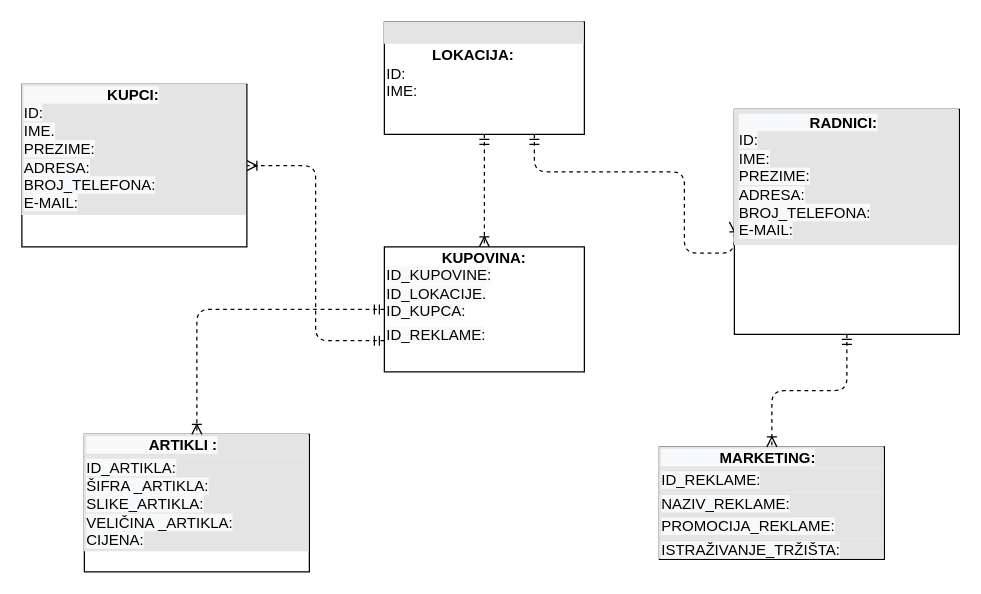
Above: Untitled Diagram.drawio in PolePolucci/PolePolucci (draw.io), before the change. Source tidied: cells renumbered, new cells numbered last; positions are measured from the earlier drawing's top-left corner, leaving out a move shared by most shapes. Both pictures are drawn from the tidied source at 125%, with x=0, y=0 at pixel (21, 21).
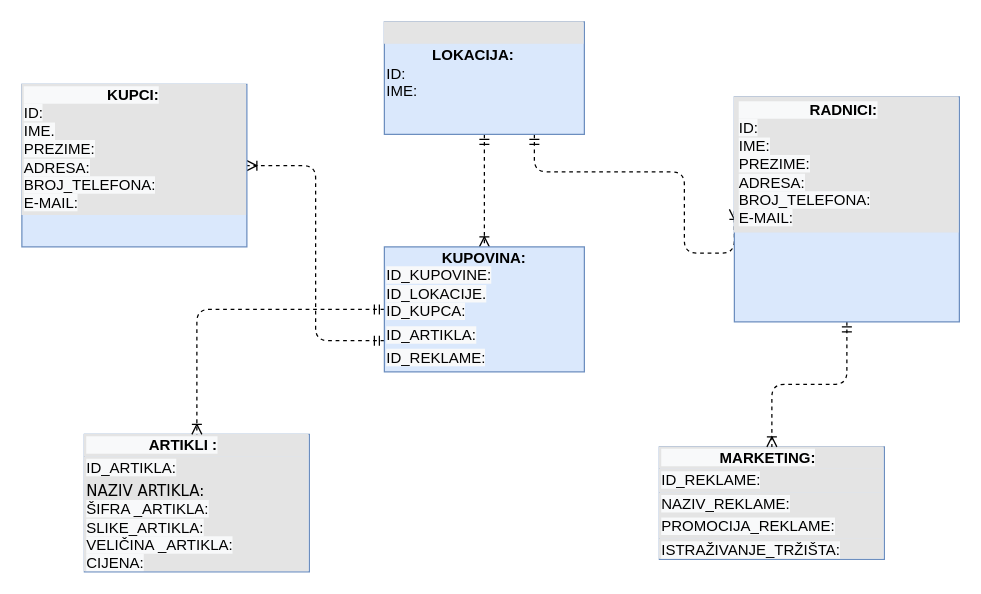
After the change.

The edit, as a diff of the source:
```diff
@@
-    <mxCell id="4" value="&lt;div style=&quot;box-sizing: border-box ; width: 100% ; background: #e4e4e4 ; padding: 2px&quot;&gt;&lt;br&gt;&lt;/div&gt;&lt;table style=&quot;width: 100% ; font-size: 1em&quot; cellpadding=&quot;2&quot; cellspacing=&quot;0&quot;&gt;&lt;tbody&gt;&lt;tr&gt;&lt;td&gt;&lt;b style=&quot;font-family: &amp;#34;helvetica&amp;#34; ; text-align: center&quot;&gt;&amp;nbsp; &amp;nbsp; &amp;nbsp; &amp;nbsp; &amp;nbsp; &amp;nbsp;LOKACIJA:&lt;/b&gt;&lt;br style=&quot;font-family: &amp;#34;helvetica&amp;#34; ; text-align: center&quot;&gt;&lt;span style=&quot;font-family: &amp;#34;helvetica&amp;#34; ; text-align: center&quot;&gt;ID:&lt;/span&gt;&lt;br style=&quot;font-family: &amp;#34;helvetica&amp;#34; ; text-align: center&quot;&gt;&lt;span style=&quot;font-family: &amp;#34;helvetica&amp;#34; ; text-align: center&quot;&gt;IME:&lt;/span&gt;&lt;br&gt;&lt;/td&gt;&lt;td&gt;&lt;br&gt;&lt;/td&gt;&lt;/tr&gt;&lt;tr&gt;&lt;td&gt;&lt;/td&gt;&lt;td&gt;&lt;br&gt;&lt;/td&gt;&lt;/tr&gt;&lt;tr&gt;&lt;td&gt;&lt;/td&gt;&lt;td&gt;&lt;br&gt;&lt;/td&gt;&lt;/tr&gt;&lt;tr&gt;&lt;td&gt;&lt;br&gt;&lt;/td&gt;&lt;td&gt;&lt;br&gt;&lt;/td&gt;&lt;/tr&gt;&lt;tr&gt;&lt;td&gt;&lt;br&gt;&lt;/td&gt;&lt;td&gt;&lt;br&gt;&lt;/td&gt;&lt;/tr&gt;&lt;tr&gt;&lt;td&gt;&lt;br&gt;&lt;/td&gt;&lt;td&gt;&lt;br&gt;&lt;/td&gt;&lt;/tr&gt;&lt;/tbody&gt;&lt;/table&gt;" style="verticalAlign=top;align=left;overflow=fill;html=1;rounded=0;shadow=0;comic=0;labelBackgroundColor=none;strokeWidth=1;fontFamily=Verdana;fontSize=12;" parent="1" vertex="1">
+    <mxCell id="4" value="&lt;div style=&quot;box-sizing: border-box ; width: 100% ; background: #e4e4e4 ; padding: 2px&quot;&gt;&lt;br&gt;&lt;/div&gt;&lt;table style=&quot;width: 100% ; font-size: 1em&quot; cellpadding=&quot;2&quot; cellspacing=&quot;0&quot;&gt;&lt;tbody&gt;&lt;tr&gt;&lt;td&gt;&lt;b style=&quot;font-family: &amp;#34;helvetica&amp;#34; ; text-align: center&quot;&gt;&amp;nbsp; &amp;nbsp; &amp;nbsp; &amp;nbsp; &amp;nbsp; &amp;nbsp;LOKACIJA:&lt;/b&gt;&lt;br style=&quot;font-family: &amp;#34;helvetica&amp;#34; ; text-align: center&quot;&gt;&lt;span style=&quot;font-family: &amp;#34;helvetica&amp;#34; ; text-align: center&quot;&gt;ID:&lt;/span&gt;&lt;br style=&quot;font-family: &amp;#34;helvetica&amp;#34; ; text-align: center&quot;&gt;&lt;span style=&quot;font-family: &amp;#34;helvetica&amp;#34; ; text-align: center&quot;&gt;IME:&lt;/span&gt;&lt;br&gt;&lt;/td&gt;&lt;td&gt;&lt;br&gt;&lt;/td&gt;&lt;/tr&gt;&lt;tr&gt;&lt;td&gt;&lt;/td&gt;&lt;td&gt;&lt;br&gt;&lt;/td&gt;&lt;/tr&gt;&lt;tr&gt;&lt;td&gt;&lt;/td&gt;&lt;td&gt;&lt;br&gt;&lt;/td&gt;&lt;/tr&gt;&lt;tr&gt;&lt;td&gt;&lt;br&gt;&lt;/td&gt;&lt;td&gt;&lt;br&gt;&lt;/td&gt;&lt;/tr&gt;&lt;tr&gt;&lt;td&gt;&lt;br&gt;&lt;/td&gt;&lt;td&gt;&lt;br&gt;&lt;/td&gt;&lt;/tr&gt;&lt;tr&gt;&lt;td&gt;&lt;br&gt;&lt;/td&gt;&lt;td&gt;&lt;br&gt;&lt;/td&gt;&lt;/tr&gt;&lt;/tbody&gt;&lt;/table&gt;" style="verticalAlign=top;align=left;overflow=fill;html=1;rounded=0;shadow=0;comic=0;labelBackgroundColor=none;strokeWidth=1;fontFamily=Verdana;fontSize=12;fillColor=#dae8fc;strokeColor=#6c8ebf;" parent="1" vertex="1">
       <mxGeometry x="290" width="160" height="90" as="geometry" />
     </mxCell>
@@
-    <mxCell id="6" value="&lt;div style=&quot;box-sizing: border-box ; width: 100% ; background: #e4e4e4 ; padding: 2px&quot;&gt;&lt;b style=&quot;font-family: &amp;#34;helvetica&amp;#34; ; text-align: center ; background-color: rgb(248 , 249 , 250)&quot;&gt;&amp;nbsp; &amp;nbsp; &amp;nbsp; &amp;nbsp; &amp;nbsp; &amp;nbsp; &amp;nbsp; &amp;nbsp; &amp;nbsp; &amp;nbsp; KUPCI:&lt;br&gt;&lt;/b&gt;&lt;span style=&quot;font-family: &amp;#34;helvetica&amp;#34; ; text-align: center ; background-color: rgb(248 , 249 , 250)&quot;&gt;ID:&lt;/span&gt;&lt;br style=&quot;font-family: &amp;#34;helvetica&amp;#34; ; text-align: center ; background-color: rgb(248 , 249 , 250)&quot;&gt;&lt;span style=&quot;font-family: &amp;#34;helvetica&amp;#34; ; text-align: center ; background-color: rgb(248 , 249 , 250)&quot;&gt;IME.&lt;/span&gt;&lt;br style=&quot;font-family: &amp;#34;helvetica&amp;#34; ; text-align: center ; background-color: rgb(248 , 249 , 250)&quot;&gt;&lt;span style=&quot;font-family: &amp;#34;helvetica&amp;#34; ; text-align: center ; background-color: rgb(248 , 249 , 250)&quot;&gt;PREZIME:&lt;/span&gt;&lt;br style=&quot;font-family: &amp;#34;helvetica&amp;#34; ; text-align: center ; background-color: rgb(248 , 249 , 250)&quot;&gt;&lt;span style=&quot;font-family: &amp;#34;helvetica&amp;#34; ; text-align: center ; background-color: rgb(248 , 249 , 250)&quot;&gt;ADRESA:&lt;/span&gt;&lt;br style=&quot;font-family: &amp;#34;helvetica&amp;#34; ; text-align: center ; background-color: rgb(248 , 249 , 250)&quot;&gt;&lt;span style=&quot;font-family: &amp;#34;helvetica&amp;#34; ; text-align: center ; background-color: rgb(248 , 249 , 250)&quot;&gt;BROJ_TELEFONA:&lt;/span&gt;&lt;br style=&quot;font-family: &amp;#34;helvetica&amp;#34; ; text-align: center ; background-color: rgb(248 , 249 , 250)&quot;&gt;&lt;span style=&quot;font-family: &amp;#34;helvetica&amp;#34; ; text-align: center ; background-color: rgb(248 , 249 , 250)&quot;&gt;E-MAIL:&lt;/span&gt;&lt;br&gt;&lt;/div&gt;" style="verticalAlign=top;align=left;overflow=fill;html=1;rounded=0;shadow=0;comic=0;labelBackgroundColor=none;strokeWidth=1;fontFamily=Verdana;fontSize=12;" parent="1" vertex="1">
+    <mxCell id="6" value="&lt;div style=&quot;box-sizing: border-box ; width: 100% ; background: #e4e4e4 ; padding: 2px&quot;&gt;&lt;b style=&quot;font-family: &amp;#34;helvetica&amp;#34; ; text-align: center ; background-color: rgb(248 , 249 , 250)&quot;&gt;&amp;nbsp; &amp;nbsp; &amp;nbsp; &amp;nbsp; &amp;nbsp; &amp;nbsp; &amp;nbsp; &amp;nbsp; &amp;nbsp; &amp;nbsp; KUPCI:&lt;br&gt;&lt;/b&gt;&lt;span style=&quot;font-family: &amp;#34;helvetica&amp;#34; ; text-align: center ; background-color: rgb(248 , 249 , 250)&quot;&gt;ID:&lt;/span&gt;&lt;br style=&quot;font-family: &amp;#34;helvetica&amp;#34; ; text-align: center ; background-color: rgb(248 , 249 , 250)&quot;&gt;&lt;span style=&quot;font-family: &amp;#34;helvetica&amp;#34; ; text-align: center ; background-color: rgb(248 , 249 , 250)&quot;&gt;IME.&lt;/span&gt;&lt;br style=&quot;font-family: &amp;#34;helvetica&amp;#34; ; text-align: center ; background-color: rgb(248 , 249 , 250)&quot;&gt;&lt;span style=&quot;font-family: &amp;#34;helvetica&amp;#34; ; text-align: center ; background-color: rgb(248 , 249 , 250)&quot;&gt;PREZIME:&lt;/span&gt;&lt;br style=&quot;font-family: &amp;#34;helvetica&amp;#34; ; text-align: center ; background-color: rgb(248 , 249 , 250)&quot;&gt;&lt;span style=&quot;font-family: &amp;#34;helvetica&amp;#34; ; text-align: center ; background-color: rgb(248 , 249 , 250)&quot;&gt;ADRESA:&lt;/span&gt;&lt;br style=&quot;font-family: &amp;#34;helvetica&amp;#34; ; text-align: center ; background-color: rgb(248 , 249 , 250)&quot;&gt;&lt;span style=&quot;font-family: &amp;#34;helvetica&amp;#34; ; text-align: center ; background-color: rgb(248 , 249 , 250)&quot;&gt;BROJ_TELEFONA:&lt;/span&gt;&lt;br style=&quot;font-family: &amp;#34;helvetica&amp;#34; ; text-align: center ; background-color: rgb(248 , 249 , 250)&quot;&gt;&lt;span style=&quot;font-family: &amp;#34;helvetica&amp;#34; ; text-align: center ; background-color: rgb(248 , 249 , 250)&quot;&gt;E-MAIL:&lt;/span&gt;&lt;br&gt;&lt;/div&gt;" style="verticalAlign=top;align=left;overflow=fill;html=1;rounded=0;shadow=0;comic=0;labelBackgroundColor=none;strokeWidth=1;fontFamily=Verdana;fontSize=12;fillColor=#dae8fc;strokeColor=#6c8ebf;" parent="1" vertex="1">
       <mxGeometry y="50" width="180" height="130" as="geometry" />
     </mxCell>
-    <mxCell id="7" value="&lt;div style=&quot;box-sizing: border-box ; width: 100% ; background: #e4e4e4 ; padding: 2px&quot;&gt;&lt;span style=&quot;font-family: &amp;#34;helvetica&amp;#34; ; text-align: center ; background-color: rgb(248 , 249 , 250)&quot;&gt;&lt;b&gt;&amp;nbsp; &amp;nbsp; &amp;nbsp; &amp;nbsp; &amp;nbsp; &amp;nbsp; &amp;nbsp; &amp;nbsp;ARTIKLI :&lt;/b&gt;&lt;/span&gt;&lt;/div&gt;&lt;div style=&quot;box-sizing: border-box ; width: 100% ; background: #e4e4e4 ; padding: 2px&quot;&gt;&lt;span style=&quot;font-family: &amp;#34;helvetica&amp;#34; ; text-align: center ; background-color: rgb(248 , 249 , 250)&quot;&gt;ID_ARTIKLA:&lt;/span&gt;&lt;br style=&quot;font-family: &amp;#34;helvetica&amp;#34; ; text-align: center ; background-color: rgb(248 , 249 , 250)&quot;&gt;&lt;span style=&quot;font-family: &amp;#34;helvetica&amp;#34; ; text-align: center ; background-color: rgb(248 , 249 , 250)&quot;&gt;ŠIFRA _ARTIKLA:&lt;/span&gt;&lt;br style=&quot;font-family: &amp;#34;helvetica&amp;#34; ; text-align: center ; background-color: rgb(248 , 249 , 250)&quot;&gt;&lt;span style=&quot;font-family: &amp;#34;helvetica&amp;#34; ; text-align: center ; background-color: rgb(248 , 249 , 250)&quot;&gt;SLIKE_ARTIKLA:&lt;/span&gt;&lt;br style=&quot;font-family: &amp;#34;helvetica&amp;#34; ; text-align: center ; background-color: rgb(248 , 249 , 250)&quot;&gt;&lt;span style=&quot;font-family: &amp;#34;helvetica&amp;#34; ; text-align: center ; background-color: rgb(248 , 249 , 250)&quot;&gt;VELIČINA _ARTIKLA:&lt;/span&gt;&lt;br style=&quot;font-family: &amp;#34;helvetica&amp;#34; ; text-align: center ; background-color: rgb(248 , 249 , 250)&quot;&gt;&lt;span style=&quot;font-family: &amp;#34;helvetica&amp;#34; ; text-align: center ; background-color: rgb(248 , 249 , 250)&quot;&gt;CIJENA:&lt;/span&gt;&lt;br&gt;&lt;/div&gt;" style="verticalAlign=top;align=left;overflow=fill;html=1;rounded=0;shadow=0;comic=0;labelBackgroundColor=none;strokeWidth=1;fontFamily=Verdana;fontSize=12;" parent="1" vertex="1">
+    <mxCell id="7" value="&lt;div style=&quot;box-sizing: border-box ; width: 100% ; background: #e4e4e4 ; padding: 2px&quot;&gt;&lt;span style=&quot;font-family: &amp;#34;helvetica&amp;#34; ; text-align: center ; background-color: rgb(248 , 249 , 250)&quot;&gt;&lt;b&gt;&amp;nbsp; &amp;nbsp; &amp;nbsp; &amp;nbsp; &amp;nbsp; &amp;nbsp; &amp;nbsp; &amp;nbsp;ARTIKLI :&lt;/b&gt;&lt;/span&gt;&lt;/div&gt;&lt;div style=&quot;box-sizing: border-box ; width: 100% ; background: #e4e4e4 ; padding: 2px&quot;&gt;&lt;span style=&quot;font-family: &amp;#34;helvetica&amp;#34; ; text-align: center ; background-color: rgb(248 , 249 , 250)&quot;&gt;ID_ARTIKLA:&lt;/span&gt;&lt;/div&gt;&lt;div style=&quot;box-sizing: border-box ; width: 100% ; background: #e4e4e4 ; padding: 2px&quot;&gt;NAZIV ARTIKLA:&lt;br style=&quot;font-family: &amp;#34;helvetica&amp;#34; ; text-align: center ; background-color: rgb(248 , 249 , 250)&quot;&gt;&lt;span style=&quot;font-family: &amp;#34;helvetica&amp;#34; ; text-align: center ; background-color: rgb(248 , 249 , 250)&quot;&gt;ŠIFRA _ARTIKLA:&lt;/span&gt;&lt;br style=&quot;font-family: &amp;#34;helvetica&amp;#34; ; text-align: center ; background-color: rgb(248 , 249 , 250)&quot;&gt;&lt;span style=&quot;font-family: &amp;#34;helvetica&amp;#34; ; text-align: center ; background-color: rgb(248 , 249 , 250)&quot;&gt;SLIKE_ARTIKLA:&lt;/span&gt;&lt;br style=&quot;font-family: &amp;#34;helvetica&amp;#34; ; text-align: center ; background-color: rgb(248 , 249 , 250)&quot;&gt;&lt;span style=&quot;font-family: &amp;#34;helvetica&amp;#34; ; text-align: center ; background-color: rgb(248 , 249 , 250)&quot;&gt;VELIČINA _ARTIKLA:&lt;/span&gt;&lt;br style=&quot;font-family: &amp;#34;helvetica&amp;#34; ; text-align: center ; background-color: rgb(248 , 249 , 250)&quot;&gt;&lt;span style=&quot;font-family: &amp;#34;helvetica&amp;#34; ; text-align: center ; background-color: rgb(248 , 249 , 250)&quot;&gt;CIJENA:&lt;/span&gt;&lt;br&gt;&lt;/div&gt;" style="verticalAlign=top;align=left;overflow=fill;html=1;rounded=0;shadow=0;comic=0;labelBackgroundColor=none;strokeWidth=1;fontFamily=Verdana;fontSize=12;fillColor=#dae8fc;strokeColor=#6c8ebf;" parent="1" vertex="1">
       <mxGeometry x="50" y="330" width="180" height="110" as="geometry" />
     </mxCell>
@@
-    <mxCell id="9" value="&lt;div style=&quot;box-sizing: border-box ; width: 100% ; padding: 2px&quot;&gt;&lt;div style=&quot;text-align: center&quot;&gt;&lt;font face=&quot;helvetica&quot;&gt;&lt;b&gt;KUPOVINA:&lt;/b&gt;&lt;/font&gt;&lt;/div&gt;&lt;span style=&quot;background-color: rgb(248 , 249 , 250) ; font-family: &amp;#34;helvetica&amp;#34; ; text-align: center&quot;&gt;ID_KUPOVINE:&lt;/span&gt;&lt;br style=&quot;font-family: &amp;#34;helvetica&amp;#34; ; text-align: center ; background-color: rgb(248 , 249 , 250)&quot;&gt;&lt;span style=&quot;background-color: rgb(248 , 249 , 250) ; font-family: &amp;#34;helvetica&amp;#34; ; text-align: center&quot;&gt;ID_LOKACIJE.&lt;/span&gt;&lt;br style=&quot;font-family: &amp;#34;helvetica&amp;#34; ; text-align: center ; background-color: rgb(248 , 249 , 250)&quot;&gt;&lt;span style=&quot;background-color: rgb(248 , 249 , 250) ; font-family: &amp;#34;helvetica&amp;#34; ; text-align: center&quot;&gt;ID_KUPCA:&lt;/span&gt;&lt;br&gt;&lt;/div&gt;&lt;div style=&quot;box-sizing: border-box ; width: 100% ; padding: 2px&quot;&gt;&lt;span style=&quot;background-color: rgb(248 , 249 , 250) ; font-family: &amp;#34;helvetica&amp;#34; ; text-align: center&quot;&gt;ID_REKLAME:&lt;/span&gt;&lt;/div&gt;" style="verticalAlign=top;align=left;overflow=fill;html=1;rounded=0;shadow=0;comic=0;labelBackgroundColor=none;strokeWidth=1;fontFamily=Verdana;fontSize=12;" parent="1" vertex="1">
+    <mxCell id="9" value="&lt;div style=&quot;box-sizing: border-box ; width: 100% ; padding: 2px&quot;&gt;&lt;div style=&quot;text-align: center&quot;&gt;&lt;font face=&quot;helvetica&quot;&gt;&lt;b&gt;KUPOVINA:&lt;/b&gt;&lt;/font&gt;&lt;/div&gt;&lt;span style=&quot;background-color: rgb(248 , 249 , 250) ; font-family: &amp;#34;helvetica&amp;#34; ; text-align: center&quot;&gt;ID_KUPOVINE:&lt;/span&gt;&lt;br style=&quot;font-family: &amp;#34;helvetica&amp;#34; ; text-align: center ; background-color: rgb(248 , 249 , 250)&quot;&gt;&lt;span style=&quot;background-color: rgb(248 , 249 , 250) ; font-family: &amp;#34;helvetica&amp;#34; ; text-align: center&quot;&gt;ID_LOKACIJE.&lt;/span&gt;&lt;br style=&quot;font-family: &amp;#34;helvetica&amp;#34; ; text-align: center ; background-color: rgb(248 , 249 , 250)&quot;&gt;&lt;span style=&quot;background-color: rgb(248 , 249 , 250) ; font-family: &amp;#34;helvetica&amp;#34; ; text-align: center&quot;&gt;ID_KUPCA:&lt;/span&gt;&lt;br&gt;&lt;/div&gt;&lt;div style=&quot;box-sizing: border-box ; width: 100% ; padding: 2px&quot;&gt;&lt;span style=&quot;background-color: rgb(248 , 249 , 250) ; font-family: &amp;#34;helvetica&amp;#34; ; text-align: center&quot;&gt;ID_ARTIKLA:&lt;/span&gt;&lt;/div&gt;&lt;div style=&quot;box-sizing: border-box ; width: 100% ; padding: 2px&quot;&gt;&lt;span style=&quot;background-color: rgb(248 , 249 , 250) ; font-family: &amp;#34;helvetica&amp;#34; ; text-align: center&quot;&gt;ID_REKLAME:&lt;/span&gt;&lt;/div&gt;" style="verticalAlign=top;align=left;overflow=fill;html=1;rounded=0;shadow=0;comic=0;labelBackgroundColor=none;strokeWidth=1;fontFamily=Verdana;fontSize=12;fillColor=#dae8fc;strokeColor=#6c8ebf;" parent="1" vertex="1">
       <mxGeometry x="290" y="180" width="160" height="100" as="geometry" />
     </mxCell>
-    <mxCell id="10" value="&lt;div style=&quot;box-sizing: border-box ; width: 100% ; background: #e4e4e4 ; padding: 2px&quot;&gt;&lt;b style=&quot;font-family: &amp;#34;helvetica&amp;#34; ; text-align: center ; background-color: rgb(248 , 249 , 250)&quot;&gt;&amp;nbsp; &amp;nbsp; &amp;nbsp; &amp;nbsp; &amp;nbsp; &amp;nbsp; &amp;nbsp; MARKETING:&lt;/b&gt;&lt;br&gt;&lt;/div&gt;&lt;div style=&quot;box-sizing: border-box ; width: 100% ; background: #e4e4e4 ; padding: 2px&quot;&gt;&lt;span style=&quot;font-family: &amp;#34;helvetica&amp;#34; ; text-align: center ; background-color: rgb(248 , 249 , 250)&quot;&gt;ID_REKLAME:&lt;/span&gt;&lt;/div&gt;&lt;div style=&quot;box-sizing: border-box ; width: 100% ; background: #e4e4e4 ; padding: 2px&quot;&gt;&lt;span style=&quot;font-family: &amp;#34;helvetica&amp;#34; ; text-align: center ; background-color: rgb(248 , 249 , 250)&quot;&gt;NAZIV_REKLAME:&lt;/span&gt;&lt;/div&gt;&lt;div style=&quot;box-sizing: border-box ; width: 100% ; background: #e4e4e4 ; padding: 2px&quot;&gt;&lt;span style=&quot;font-family: &amp;#34;helvetica&amp;#34; ; text-align: center ; background-color: rgb(248 , 249 , 250)&quot;&gt;PROMOCIJA_REKLAME:&lt;/span&gt;&lt;/div&gt;&lt;div style=&quot;box-sizing: border-box ; width: 100% ; background: #e4e4e4 ; padding: 2px&quot;&gt;&lt;span style=&quot;font-family: &amp;#34;helvetica&amp;#34; ; text-align: center ; background-color: rgb(248 , 249 , 250)&quot;&gt;ISTRAŽIVANJE_TRŽIŠTA:&lt;/span&gt;&lt;/div&gt;" style="verticalAlign=top;align=left;overflow=fill;html=1;rounded=0;shadow=0;comic=0;labelBackgroundColor=none;strokeWidth=1;fontFamily=Verdana;fontSize=12;" parent="1" vertex="1">
+    <mxCell id="10" value="&lt;div style=&quot;box-sizing: border-box ; width: 100% ; background: #e4e4e4 ; padding: 2px&quot;&gt;&lt;b style=&quot;font-family: &amp;#34;helvetica&amp;#34; ; text-align: center ; background-color: rgb(248 , 249 , 250)&quot;&gt;&amp;nbsp; &amp;nbsp; &amp;nbsp; &amp;nbsp; &amp;nbsp; &amp;nbsp; &amp;nbsp; MARKETING:&lt;/b&gt;&lt;br&gt;&lt;/div&gt;&lt;div style=&quot;box-sizing: border-box ; width: 100% ; background: #e4e4e4 ; padding: 2px&quot;&gt;&lt;span style=&quot;font-family: &amp;#34;helvetica&amp;#34; ; text-align: center ; background-color: rgb(248 , 249 , 250)&quot;&gt;ID_REKLAME:&lt;/span&gt;&lt;/div&gt;&lt;div style=&quot;box-sizing: border-box ; width: 100% ; background: #e4e4e4 ; padding: 2px&quot;&gt;&lt;span style=&quot;font-family: &amp;#34;helvetica&amp;#34; ; text-align: center ; background-color: rgb(248 , 249 , 250)&quot;&gt;NAZIV_REKLAME:&lt;/span&gt;&lt;/div&gt;&lt;div style=&quot;box-sizing: border-box ; width: 100% ; background: #e4e4e4 ; padding: 2px&quot;&gt;&lt;span style=&quot;font-family: &amp;#34;helvetica&amp;#34; ; text-align: center ; background-color: rgb(248 , 249 , 250)&quot;&gt;PROMOCIJA_REKLAME:&lt;/span&gt;&lt;/div&gt;&lt;div style=&quot;box-sizing: border-box ; width: 100% ; background: #e4e4e4 ; padding: 2px&quot;&gt;&lt;span style=&quot;font-family: &amp;#34;helvetica&amp;#34; ; text-align: center ; background-color: rgb(248 , 249 , 250)&quot;&gt;ISTRAŽIVANJE_TRŽIŠTA:&lt;/span&gt;&lt;/div&gt;" style="verticalAlign=top;align=left;overflow=fill;html=1;rounded=0;shadow=0;comic=0;labelBackgroundColor=none;strokeWidth=1;fontFamily=Verdana;fontSize=12;fillColor=#dae8fc;strokeColor=#6c8ebf;" parent="1" vertex="1">
       <mxGeometry x="510" y="340" width="180" height="90" as="geometry" />
     </mxCell>
@@
-    <mxCell id="12" value="&lt;div style=&quot;box-sizing: border-box ; width: 100% ; background: #e4e4e4 ; padding: 2px&quot;&gt;&lt;div style=&quot;box-sizing: border-box ; width: 180px ; padding: 2px&quot;&gt;&lt;b style=&quot;font-family: &amp;#34;helvetica&amp;#34; ; text-align: center ; background-color: rgb(248 , 249 , 250)&quot;&gt;&amp;nbsp; &amp;nbsp; &amp;nbsp; &amp;nbsp; &amp;nbsp; &amp;nbsp; &amp;nbsp; &amp;nbsp; &amp;nbsp;RADNICI:&lt;/b&gt;&lt;br style=&quot;font-family: &amp;#34;helvetica&amp;#34; ; text-align: center ; background-color: rgb(248 , 249 , 250)&quot;&gt;&lt;span style=&quot;font-family: &amp;#34;helvetica&amp;#34; ; text-align: center ; background-color: rgb(248 , 249 , 250)&quot;&gt;ID:&lt;/span&gt;&lt;br style=&quot;font-family: &amp;#34;helvetica&amp;#34; ; text-align: center ; background-color: rgb(248 , 249 , 250)&quot;&gt;&lt;span style=&quot;font-family: &amp;#34;helvetica&amp;#34; ; text-align: center ; background-color: rgb(248 , 249 , 250)&quot;&gt;IME:&lt;/span&gt;&lt;br style=&quot;font-family: &amp;#34;helvetica&amp;#34; ; text-align: center ; background-color: rgb(248 , 249 , 250)&quot;&gt;&lt;span style=&quot;font-family: &amp;#34;helvetica&amp;#34; ; text-align: center ; background-color: rgb(248 , 249 , 250)&quot;&gt;PREZIME:&lt;/span&gt;&lt;br style=&quot;font-family: &amp;#34;helvetica&amp;#34; ; text-align: center ; background-color: rgb(248 , 249 , 250)&quot;&gt;&lt;span style=&quot;font-family: &amp;#34;helvetica&amp;#34; ; text-align: center ; background-color: rgb(248 , 249 , 250)&quot;&gt;ADRESA:&lt;/span&gt;&lt;br style=&quot;font-family: &amp;#34;helvetica&amp;#34; ; text-align: center ; background-color: rgb(248 , 249 , 250)&quot;&gt;&lt;span style=&quot;font-family: &amp;#34;helvetica&amp;#34; ; text-align: center ; background-color: rgb(248 , 249 , 250)&quot;&gt;BROJ_TELEFONA:&lt;/span&gt;&lt;br style=&quot;font-family: &amp;#34;helvetica&amp;#34; ; text-align: center ; background-color: rgb(248 , 249 , 250)&quot;&gt;&lt;span style=&quot;font-family: &amp;#34;helvetica&amp;#34; ; text-align: center ; background-color: rgb(248 , 249 , 250)&quot;&gt;E-MAIL:&lt;/span&gt;&lt;br&gt;&lt;/div&gt;&lt;/div&gt;" style="verticalAlign=top;align=left;overflow=fill;html=1;rounded=0;shadow=0;comic=0;labelBackgroundColor=none;strokeWidth=1;fontFamily=Verdana;fontSize=12;" parent="1" vertex="1">
-      <mxGeometry x="570" y="70" width="180" height="180" as="geometry" />
+    <mxCell id="12" value="&lt;div style=&quot;box-sizing: border-box ; width: 100% ; background: #e4e4e4 ; padding: 2px&quot;&gt;&lt;div style=&quot;box-sizing: border-box ; width: 180px ; padding: 2px&quot;&gt;&lt;b style=&quot;font-family: &amp;#34;helvetica&amp;#34; ; text-align: center ; background-color: rgb(248 , 249 , 250)&quot;&gt;&amp;nbsp; &amp;nbsp; &amp;nbsp; &amp;nbsp; &amp;nbsp; &amp;nbsp; &amp;nbsp; &amp;nbsp; &amp;nbsp;RADNICI:&lt;/b&gt;&lt;br style=&quot;font-family: &amp;#34;helvetica&amp;#34; ; text-align: center ; background-color: rgb(248 , 249 , 250)&quot;&gt;&lt;span style=&quot;font-family: &amp;#34;helvetica&amp;#34; ; text-align: center ; background-color: rgb(248 , 249 , 250)&quot;&gt;ID:&lt;/span&gt;&lt;br style=&quot;font-family: &amp;#34;helvetica&amp;#34; ; text-align: center ; background-color: rgb(248 , 249 , 250)&quot;&gt;&lt;span style=&quot;font-family: &amp;#34;helvetica&amp;#34; ; text-align: center ; background-color: rgb(248 , 249 , 250)&quot;&gt;IME:&lt;/span&gt;&lt;br style=&quot;font-family: &amp;#34;helvetica&amp;#34; ; text-align: center ; background-color: rgb(248 , 249 , 250)&quot;&gt;&lt;span style=&quot;font-family: &amp;#34;helvetica&amp;#34; ; text-align: center ; background-color: rgb(248 , 249 , 250)&quot;&gt;PREZIME:&lt;/span&gt;&lt;br style=&quot;font-family: &amp;#34;helvetica&amp;#34; ; text-align: center ; background-color: rgb(248 , 249 , 250)&quot;&gt;&lt;span style=&quot;font-family: &amp;#34;helvetica&amp;#34; ; text-align: center ; background-color: rgb(248 , 249 , 250)&quot;&gt;ADRESA:&lt;/span&gt;&lt;br style=&quot;font-family: &amp;#34;helvetica&amp;#34; ; text-align: center ; background-color: rgb(248 , 249 , 250)&quot;&gt;&lt;span style=&quot;font-family: &amp;#34;helvetica&amp;#34; ; text-align: center ; background-color: rgb(248 , 249 , 250)&quot;&gt;BROJ_TELEFONA:&lt;/span&gt;&lt;br style=&quot;font-family: &amp;#34;helvetica&amp;#34; ; text-align: center ; background-color: rgb(248 , 249 , 250)&quot;&gt;&lt;span style=&quot;font-family: &amp;#34;helvetica&amp;#34; ; text-align: center ; background-color: rgb(248 , 249 , 250)&quot;&gt;E-MAIL:&lt;/span&gt;&lt;br&gt;&lt;/div&gt;&lt;/div&gt;" style="verticalAlign=top;align=left;overflow=fill;html=1;rounded=0;shadow=0;comic=0;labelBackgroundColor=none;strokeWidth=1;fontFamily=Verdana;fontSize=12;fillColor=#dae8fc;strokeColor=#6c8ebf;" parent="1" vertex="1">
+      <mxGeometry x="570" y="60" width="180" height="180" as="geometry" />
     </mxCell>
```
